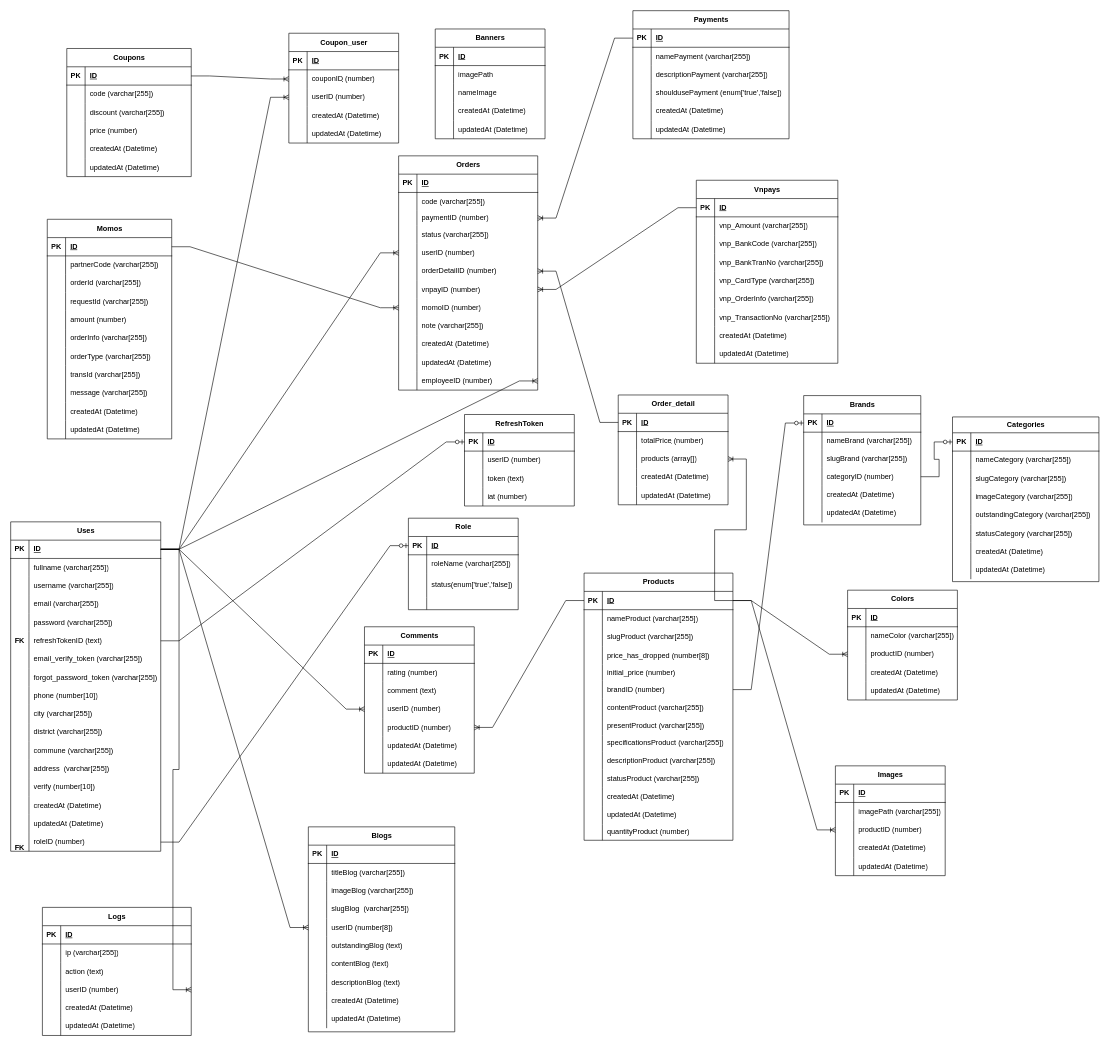
Above: src/doan.drawio in QuocHuy03/HoangHaPC (draw.io), before the change. Source tidied: cells renumbered, new cells numbered last; positions are measured from the earlier drawing's top-left corner, leaving out a move shared by most shapes. Both pictures are drawn from the tidied source at 61%, with x=0, y=0 at pixel (10, -52).
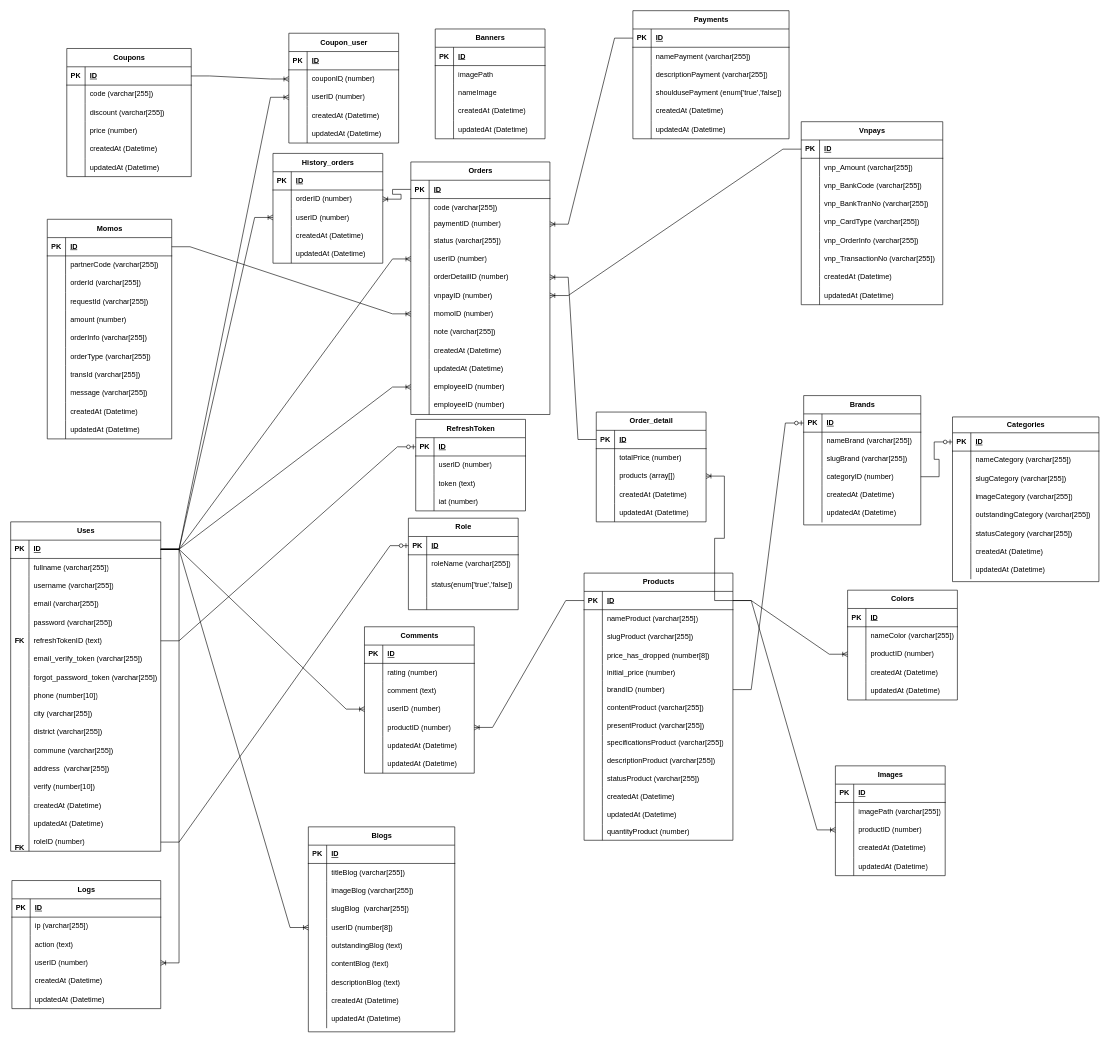
Above is the later version.

Commit message:
Cập nhật doan.drawio

Unchanged cells that the change refers to:
```xml
<mxCell id="3" style="shape=tableRow;horizontal=0;startSize=0;swimlaneHead=0;swimlaneBody=0;fillColor=none;points=[[0,0.5],[1,0.5]];portConstraint=eastwest;top=0;left=0;right=0;bottom=1;" parent="2" vertex="1">
  <mxGeometry y="30" width="246" height="30" as="geometry" />
</mxCell>
<mxCell id="290" style="shape=tableRow;horizontal=0;startSize=0;swimlaneHead=0;swimlaneBody=0;fillColor=none;points=[[0,0.5],[1,0.5]];portConstraint=eastwest;top=0;left=0;right=0;bottom=0;" parent="280" vertex="1">
  <mxGeometry y="120" width="244" height="30" as="geometry" />
</mxCell>
<mxCell id="382" style="shape=tableRow;horizontal=0;startSize=0;swimlaneHead=0;swimlaneBody=0;fillColor=none;points=[[0,0.5],[1,0.5]];portConstraint=eastwest;top=0;left=0;right=0;bottom=1;" parent="381" vertex="1">
  <mxGeometry y="30" width="228" height="30" as="geometry" />
</mxCell>
<mxCell id="415" style="shape=tableRow;horizontal=0;startSize=0;swimlaneHead=0;swimlaneBody=0;fillColor=none;points=[[0,0.5],[1,0.5]];portConstraint=eastwest;top=0;left=0;right=0;bottom=0;" parent="381" vertex="1">
  <mxGeometry y="354" width="228" height="30" as="geometry" />
</mxCell>
```

Change to the diagram source:
```diff
@@
     <mxCell id="54" value="RefreshToken" style="shape=table;startSize=30;childLayout=tableLayout;rowLines=0;fontStyle=1;align=center;html=1;" parent="1" vertex="1">
-      <mxGeometry x="744" y="764" width="180" height="150" as="geometry" />
+      <mxGeometry x="664" y="772" width="180" height="150" as="geometry" />
     </mxCell>
@@
     <mxCell id="280" value="Logs" style="shape=table;startSize=30;childLayout=tableLayout;rowLines=0;fontStyle=1;align=center;html=1;" parent="1" vertex="1">
-      <mxGeometry x="52" y="1572" width="244" height="210" as="geometry" />
+      <mxGeometry x="2" y="1528" width="244" height="210" as="geometry" />
     </mxCell>
@@
-    <mxCell id="299" style="edgeStyle=entityRelationEdgeStyle;fontSize=12;html=1;endArrow=ERoneToMany;rounded=0;exitX=1;exitY=0.5;exitDx=0;exitDy=0;entryX=1;entryY=0.5;entryDx=0;entryDy=0;" parent="1" edge="1" source="3" target="290">
+    <mxCell id="299" style="edgeStyle=entityRelationEdgeStyle;fontSize=12;html=1;endArrow=ERoneToMany;rounded=0;exitX=1;exitY=0.5;exitDx=0;exitDy=0;" parent="1" edge="1" source="3" target="290">
       <mxGeometry relative="1" as="geometry">
         <Array as="points">
           <mxPoint x="436" y="1707" />
+          <mxPoint x="412" y="1360" />
+          <mxPoint x="256" y="1628" />
           <mxPoint x="966" y="1170" />
           <mxPoint x="714" y="1368" />
           <mxPoint x="942" y="1178" />
           <mxPoint x="872" y="1029" />
           <mxPoint x="362" y="1176" />
         </Array>
       </mxGeometry>
     </mxCell>
@@
     <mxCell id="334" value="Vnpays" style="shape=table;startSize=30;childLayout=tableLayout;rowLines=0;fontStyle=1;align=center;html=1;" parent="1" vertex="1">
-      <mxGeometry x="1124" y="380" width="232" height="300" as="geometry" />
+      <mxGeometry x="1296" y="284" width="232" height="300" as="geometry" />
     </mxCell>
@@
     <mxCell id="381" value="Orders" style="shape=table;startSize=30;childLayout=tableLayout;rowLines=0;fontStyle=1;align=center;html=1;" parent="1" vertex="1">
-      <mxGeometry x="636" y="340" width="228" height="384" as="geometry" />
+      <mxGeometry x="656" y="350" width="228" height="414" as="geometry" />
     </mxCell>
@@
+    <mxCell id="475" style="shape=tableRow;horizontal=0;startSize=0;swimlaneHead=0;swimlaneBody=0;fillColor=none;top=0;left=0;right=0;bottom=0;" parent="381" vertex="1">
+      <mxGeometry y="384" width="228" height="30" as="geometry" />
+    </mxCell>
+    <mxCell id="476" style="shape=partialRectangle;fillColor=none;top=0;left=0;bottom=0;right=0;overflow=hidden;whiteSpace=wrap;html=1;" parent="475" vertex="1">
+      <mxGeometry width="30" height="30" as="geometry" />
+    </mxCell>
+    <mxCell id="477" value="employeeID (number)" style="shape=partialRectangle;fillColor=none;top=0;left=0;bottom=0;right=0;align=left;spacingLeft=6;overflow=hidden;whiteSpace=wrap;html=1;" parent="475" vertex="1">
+      <mxGeometry x="30" width="198" height="30" as="geometry" />
+    </mxCell>
@@
     <mxCell id="441" value="Order_detail" style="shape=table;startSize=30;childLayout=tableLayout;rowLines=0;fontStyle=1;align=center;html=1;" parent="1" vertex="1">
-      <mxGeometry x="996" y="732" width="180" height="180" as="geometry" />
+      <mxGeometry x="960" y="760" width="180" height="180" as="geometry" />
     </mxCell>
@@
-    <mxCell id="474" style="edgeStyle=entityRelationEdgeStyle;fontSize=12;html=1;endArrow=ERoneToMany;rounded=0;exitX=1;exitY=0.5;exitDx=0;exitDy=0;entryX=1;entryY=0.5;entryDx=0;entryDy=0;" parent="1" edge="1" source="3" target="415">
+    <mxCell id="474" style="edgeStyle=entityRelationEdgeStyle;fontSize=12;html=1;endArrow=ERoneToMany;rounded=0;exitX=1;exitY=0.5;exitDx=0;exitDy=0;entryX=0;entryY=0.5;entryDx=0;entryDy=0;" parent="1" edge="1" source="3" target="415">
       <mxGeometry relative="1" as="geometry">
         <Array as="points">
           <mxPoint x="1164" y="749" />
           <mxPoint x="1076" y="563" />
           <mxPoint x="912" y="947" />
           <mxPoint x="1140" y="757" />
           <mxPoint x="1070" y="608" />
           <mxPoint x="560" y="755" />
         </Array>
       </mxGeometry>
     </mxCell>
+    <mxCell id="478" value="History_orders" style="shape=table;startSize=30;childLayout=tableLayout;rowLines=0;fontStyle=1;align=center;html=1;" parent="1" vertex="1">
+      <mxGeometry x="430" y="336" width="180" height="180" as="geometry" />
+    </mxCell>
+    <mxCell id="479" style="shape=tableRow;horizontal=0;startSize=0;swimlaneHead=0;swimlaneBody=0;fillColor=none;top=0;left=0;right=0;bottom=1;" parent="478" vertex="1">
+      <mxGeometry y="30" width="180" height="30" as="geometry" />
+    </mxCell>
+    <mxCell id="480" value="PK" style="shape=partialRectangle;fillColor=none;top=0;left=0;bottom=0;right=0;fontStyle=1;overflow=hidden;whiteSpace=wrap;html=1;" parent="479" vertex="1">
+      <mxGeometry width="30" height="30" as="geometry" />
+    </mxCell>
+    <mxCell id="481" value="ID" style="shape=partialRectangle;fillColor=none;top=0;left=0;bottom=0;right=0;align=left;spacingLeft=6;fontStyle=5;overflow=hidden;whiteSpace=wrap;html=1;" parent="479" vertex="1">
+      <mxGeometry x="30" width="150" height="30" as="geometry" />
+    </mxCell>
+    <mxCell id="482" style="shape=tableRow;horizontal=0;startSize=0;swimlaneHead=0;swimlaneBody=0;fillColor=none;points=[[0,0.5],[1,0.5]];portConstraint=eastwest;top=0;left=0;right=0;bottom=0;" parent="478" vertex="1">
+      <mxGeometry y="60" width="180" height="30" as="geometry" />
+    </mxCell>
+    <mxCell id="483" style="shape=partialRectangle;fillColor=none;top=0;left=0;bottom=0;right=0;overflow=hidden;whiteSpace=wrap;html=1;" parent="482" vertex="1">
+      <mxGeometry width="30" height="30" as="geometry" />
+    </mxCell>
+    <mxCell id="484" value="orderID (number)" style="shape=partialRectangle;fillColor=none;top=0;left=0;bottom=0;right=0;align=left;spacingLeft=6;overflow=hidden;whiteSpace=wrap;html=1;" parent="482" vertex="1">
+      <mxGeometry x="30" width="150" height="30" as="geometry" />
+    </mxCell>
+    <mxCell id="485" style="shape=tableRow;horizontal=0;startSize=0;swimlaneHead=0;swimlaneBody=0;fillColor=none;points=[[0,0.5],[1,0.5]];portConstraint=eastwest;top=0;left=0;right=0;bottom=0;" parent="478" vertex="1">
+      <mxGeometry y="90" width="180" height="30" as="geometry" />
+    </mxCell>
+    <mxCell id="486" style="shape=partialRectangle;fillColor=none;top=0;left=0;bottom=0;right=0;overflow=hidden;whiteSpace=wrap;html=1;" parent="485" vertex="1">
+      <mxGeometry width="30" height="30" as="geometry" />
+    </mxCell>
+    <mxCell id="487" value="userID (number)" style="shape=partialRectangle;fillColor=none;top=0;left=0;bottom=0;right=0;align=left;spacingLeft=6;overflow=hidden;whiteSpace=wrap;html=1;" parent="485" vertex="1">
+      <mxGeometry x="30" width="150" height="30" as="geometry" />
+    </mxCell>
+    <mxCell id="488" style="shape=tableRow;horizontal=0;startSize=0;swimlaneHead=0;swimlaneBody=0;fillColor=none;top=0;left=0;right=0;bottom=0;" parent="478" vertex="1">
+      <mxGeometry y="120" width="180" height="30" as="geometry" />
+    </mxCell>
+    <mxCell id="489" style="shape=partialRectangle;fillColor=none;top=0;left=0;bottom=0;right=0;overflow=hidden;whiteSpace=wrap;html=1;" parent="488" vertex="1">
+      <mxGeometry width="30" height="30" as="geometry" />
+    </mxCell>
+    <mxCell id="490" value="createdAt (Datetime)" style="shape=partialRectangle;fillColor=none;top=0;left=0;bottom=0;right=0;align=left;spacingLeft=6;overflow=hidden;whiteSpace=wrap;html=1;" parent="488" vertex="1">
+      <mxGeometry x="30" width="150" height="30" as="geometry" />
+    </mxCell>
+    <mxCell id="491" style="shape=tableRow;horizontal=0;startSize=0;swimlaneHead=0;swimlaneBody=0;fillColor=none;top=0;left=0;right=0;bottom=0;" parent="478" vertex="1">
+      <mxGeometry y="150" width="180" height="30" as="geometry" />
+    </mxCell>
+    <mxCell id="492" style="shape=partialRectangle;fillColor=none;top=0;left=0;bottom=0;right=0;overflow=hidden;whiteSpace=wrap;html=1;" parent="491" vertex="1">
+      <mxGeometry width="30" height="30" as="geometry" />
+    </mxCell>
+    <mxCell id="493" value="updatedAt (Datetime)" style="shape=partialRectangle;fillColor=none;top=0;left=0;bottom=0;right=0;align=left;spacingLeft=6;overflow=hidden;whiteSpace=wrap;html=1;" parent="491" vertex="1">
+      <mxGeometry x="30" width="150" height="30" as="geometry" />
+    </mxCell>
+    <mxCell id="494" style="edgeStyle=entityRelationEdgeStyle;fontSize=12;html=1;endArrow=ERoneToMany;rounded=0;exitX=0;exitY=0.5;exitDx=0;exitDy=0;entryX=1;entryY=0.5;entryDx=0;entryDy=0;" parent="1" edge="1" source="382" target="482">
+      <mxGeometry relative="1" as="geometry">
+        <Array as="points">
+          <mxPoint x="636" y="611" />
+          <mxPoint x="404" y="696" />
+          <mxPoint x="604" y="620" />
+          <mxPoint x="448" y="728" />
+          <mxPoint x="1020" y="637" />
+          <mxPoint x="768" y="835" />
+          <mxPoint x="996" y="645" />
+          <mxPoint x="926" y="496" />
+          <mxPoint x="416" y="643" />
+        </Array>
+      </mxGeometry>
+    </mxCell>
+    <mxCell id="495" style="edgeStyle=entityRelationEdgeStyle;fontSize=12;html=1;endArrow=ERoneToMany;rounded=0;exitX=1;exitY=0.5;exitDx=0;exitDy=0;entryX=0;entryY=0.5;entryDx=0;entryDy=0;" parent="1" edge="1" source="3" target="485">
+      <mxGeometry relative="1" as="geometry">
+        <Array as="points">
+          <mxPoint x="380" y="792" />
+          <mxPoint x="148" y="877" />
+          <mxPoint x="348" y="801" />
+          <mxPoint x="192" y="909" />
+          <mxPoint x="764" y="818" />
+          <mxPoint x="512" y="1016" />
+          <mxPoint x="740" y="826" />
+          <mxPoint x="670" y="677" />
+          <mxPoint x="160" y="824" />
+        </Array>
+      </mxGeometry>
+    </mxCell>
```
